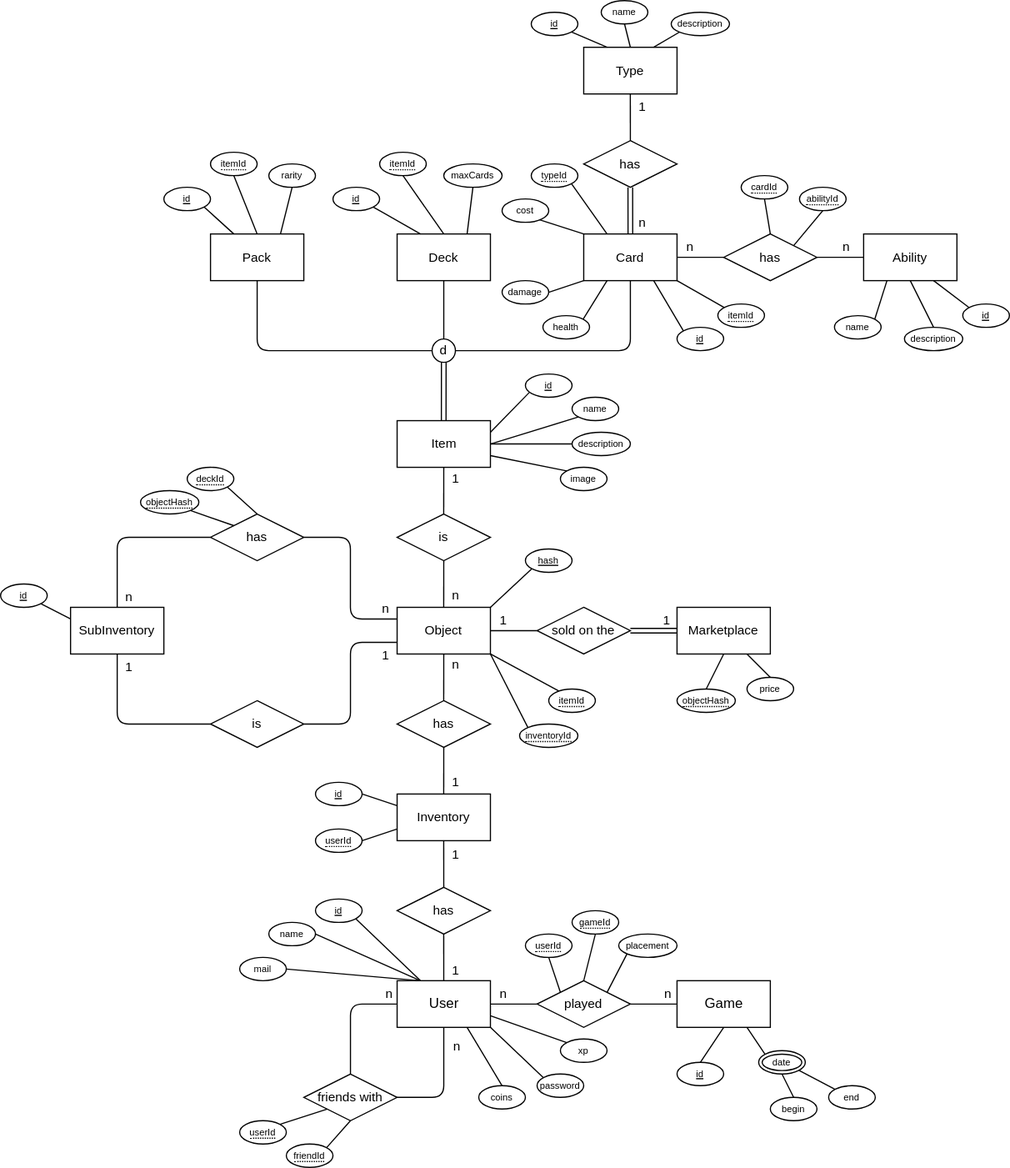
i3ene/decksterous keeps this draw.io diagram as diagrams/database/EER.drawio.svg. Above is the earlier version. Source tidied: cells renumbered, new cells last; positions are measured from the earlier drawing's top-left corner, leaving out a move shared by most shapes.
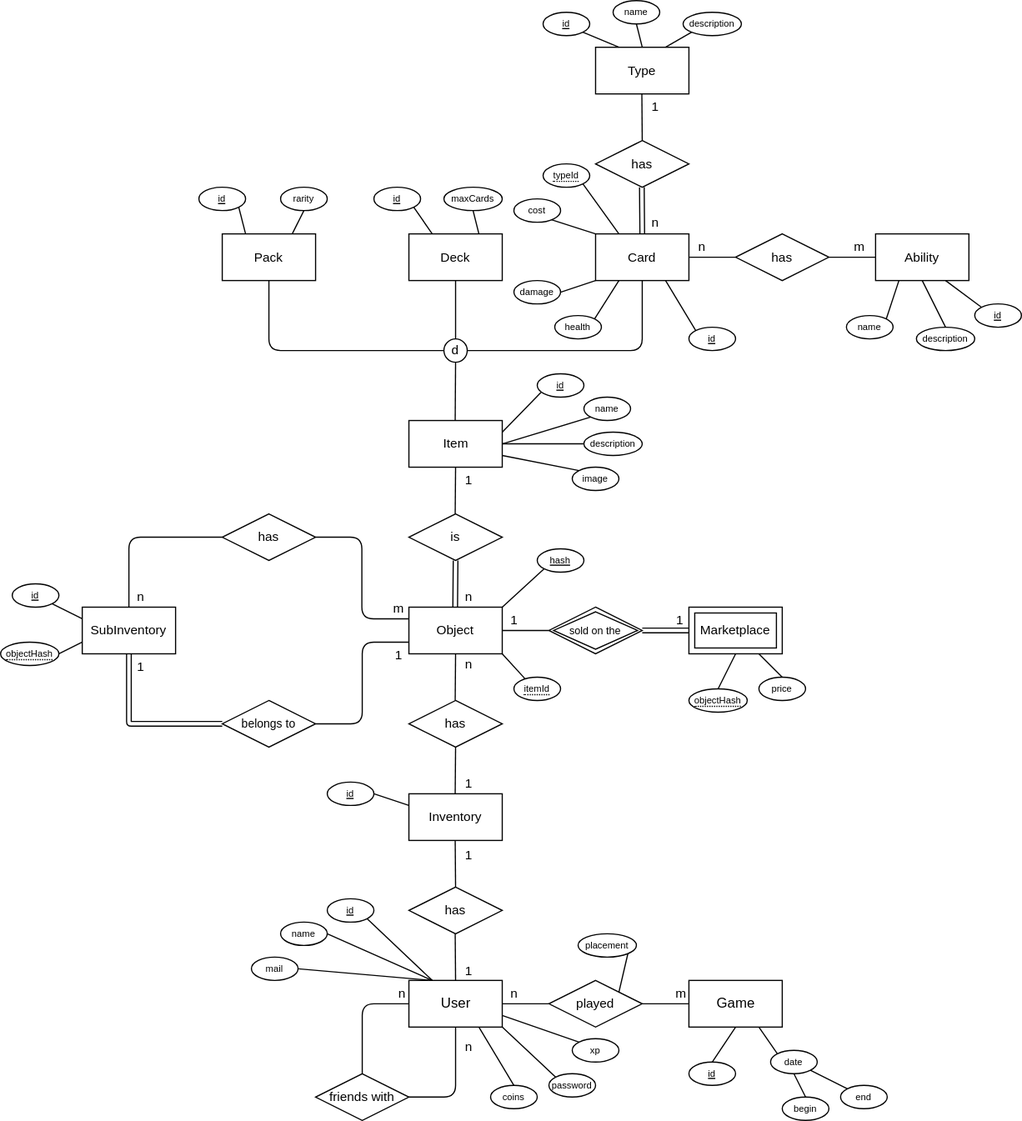
After the commit.

The edit, as a diff of the source:
```diff
@@ -66,3 +66,3 @@
     </mxCell>
-    <mxCell id="16" style="edgeStyle=elbowEdgeStyle;html=1;exitX=0.5;exitY=1;exitDx=0;exitDy=0;entryX=0.5;entryY=0;entryDx=0;entryDy=0;fontSize=11;endArrow=none;endFill=0;shape=link;" parent="1" edge="1" source="19" target="41">
+    <mxCell id="16" style="edgeStyle=elbowEdgeStyle;html=1;exitX=0.5;exitY=1;exitDx=0;exitDy=0;entryX=0.5;entryY=0;entryDx=0;entryDy=0;fontSize=11;endArrow=none;endFill=0;" parent="1" edge="1" source="19" target="41">
       <mxGeometry relative="1" as="geometry" />
@@ -101,3 +101,3 @@
     </mxCell>
-    <mxCell id="24" value="n" style="edgeLabel;html=1;align=center;verticalAlign=middle;fontSize=11;" parent="23" vertex="1">
+    <mxCell id="24" value="m" style="edgeLabel;html=1;align=center;verticalAlign=middle;fontSize=11;" parent="23" vertex="1">
       <mxGeometry x="0.24" y="1" relative="1" as="geometry">
@@ -164,5 +164,2 @@
     </mxCell>
-    <mxCell id="43" value="Marketplace" style="whiteSpace=wrap;html=1;align=center;fontSize=11;" parent="1" vertex="1">
-      <mxGeometry x="580" y="520" width="80" height="40" as="geometry" />
-    </mxCell>
     <mxCell id="44" value="Deck" style="whiteSpace=wrap;html=1;align=center;fontSize=11;" parent="1" vertex="1">
@@ -197,3 +194,3 @@
     </mxCell>
-    <mxCell id="54" value="n" style="edgeLabel;html=1;align=center;verticalAlign=middle;" parent="53" vertex="1">
+    <mxCell id="54" value="m" style="edgeLabel;html=1;align=center;verticalAlign=middle;" parent="53" vertex="1">
       <mxGeometry x="0.58" relative="1" as="geometry">
@@ -202,11 +199,5 @@
     </mxCell>
-    <mxCell id="55" style="html=1;exitX=1;exitY=0;exitDx=0;exitDy=0;endArrow=none;endFill=0;entryX=0;entryY=1;entryDx=0;entryDy=0;" parent="1" edge="1" source="58" target="59">
+    <mxCell id="55" style="html=1;exitX=1;exitY=0;exitDx=0;exitDy=0;endArrow=none;endFill=0;entryX=1;entryY=1;entryDx=0;entryDy=0;" parent="1" edge="1" source="58" target="59">
       <mxGeometry relative="1" as="geometry" />
     </mxCell>
-    <mxCell id="56" style="edgeStyle=none;html=1;exitX=0.5;exitY=0;exitDx=0;exitDy=0;entryX=0.5;entryY=1;entryDx=0;entryDy=0;fontSize=8;endArrow=none;endFill=0;" parent="1" edge="1" source="58" target="71">
-      <mxGeometry relative="1" as="geometry" />
-    </mxCell>
-    <mxCell id="57" style="edgeStyle=none;html=1;exitX=0;exitY=0;exitDx=0;exitDy=0;entryX=0.5;entryY=1;entryDx=0;entryDy=0;fontSize=8;endArrow=none;endFill=0;" parent="1" edge="1" source="58" target="72">
-      <mxGeometry relative="1" as="geometry" />
-    </mxCell>
     <mxCell id="58" value="played" style="shape=rhombus;perimeter=rhombusPerimeter;whiteSpace=wrap;html=1;align=center;fontSize=11;" parent="1" vertex="1">
@@ -215,3 +206,3 @@
     <mxCell id="59" value="placement" style="ellipse;whiteSpace=wrap;html=1;align=center;fontSize=8;" parent="1" vertex="1">
-      <mxGeometry x="530" y="800" width="50" height="20" as="geometry" />
+      <mxGeometry x="485" y="800" width="50" height="20" as="geometry" />
     </mxCell>
@@ -232,5 +223,2 @@
     </mxCell>
-    <mxCell id="65" value="date" style="ellipse;shape=doubleEllipse;margin=3;whiteSpace=wrap;html=1;align=center;fontSize=8;" parent="1" vertex="1">
-      <mxGeometry x="650" y="900" width="40" height="20" as="geometry" />
-    </mxCell>
     <mxCell id="66" value="name" style="ellipse;whiteSpace=wrap;html=1;align=center;fontSize=8;" parent="1" vertex="1">
@@ -250,8 +238,2 @@
     </mxCell>
-    <mxCell id="71" value="&lt;span style=&quot;border-bottom: 1px dotted&quot;&gt;gameId&lt;/span&gt;" style="ellipse;whiteSpace=wrap;html=1;align=center;fontSize=8;" parent="1" vertex="1">
-      <mxGeometry x="490" y="780" width="40" height="20" as="geometry" />
-    </mxCell>
-    <mxCell id="72" value="&lt;span style=&quot;border-bottom: 1px dotted&quot;&gt;userId&lt;/span&gt;" style="ellipse;whiteSpace=wrap;html=1;align=center;fontSize=8;" parent="1" vertex="1">
-      <mxGeometry x="450" y="800" width="40" height="20" as="geometry" />
-    </mxCell>
     <mxCell id="73" style="edgeStyle=none;html=1;exitX=1;exitY=0.5;exitDx=0;exitDy=0;entryX=0;entryY=0.25;entryDx=0;entryDy=0;fontSize=8;endArrow=none;endFill=0;" parent="1" edge="1" source="74" target="34">
@@ -262,8 +244,2 @@
     </mxCell>
-    <mxCell id="75" style="edgeStyle=none;html=1;exitX=1;exitY=0.5;exitDx=0;exitDy=0;entryX=0;entryY=0.75;entryDx=0;entryDy=0;fontSize=8;endArrow=none;endFill=0;" parent="1" edge="1" source="76" target="34">
-      <mxGeometry relative="1" as="geometry" />
-    </mxCell>
-    <mxCell id="76" value="&lt;span style=&quot;border-bottom: 1px dotted&quot;&gt;userId&lt;/span&gt;" style="ellipse;whiteSpace=wrap;html=1;align=center;fontSize=8;" parent="1" vertex="1">
-      <mxGeometry x="270" y="710" width="40" height="20" as="geometry" />
-    </mxCell>
     <mxCell id="77" style="edgeStyle=none;html=1;exitX=0.5;exitY=0;exitDx=0;exitDy=0;entryX=0.5;entryY=1;entryDx=0;entryDy=0;fontSize=8;endArrow=none;endFill=0;" parent="1" edge="1" source="78" target="43">
@@ -283,8 +259,2 @@
     </mxCell>
-    <mxCell id="82" style="edgeStyle=none;html=1;exitX=0;exitY=0;exitDx=0;exitDy=0;entryX=1;entryY=1;entryDx=0;entryDy=0;fontSize=8;endArrow=none;endFill=0;" parent="1" edge="1" source="83" target="124">
-      <mxGeometry relative="1" as="geometry" />
-    </mxCell>
-    <mxCell id="83" value="&lt;span style=&quot;border-bottom: 1px dotted&quot;&gt;inventoryId&lt;/span&gt;" style="ellipse;whiteSpace=wrap;html=1;align=center;fontSize=8;" parent="1" vertex="1">
-      <mxGeometry x="445" y="620" width="50" height="20" as="geometry" />
-    </mxCell>
     <mxCell id="84" style="edgeStyle=none;html=1;exitX=0.275;exitY=0.15;exitDx=0;exitDy=0;entryX=1;entryY=1;entryDx=0;entryDy=0;fontSize=8;endArrow=none;endFill=0;exitPerimeter=0;" parent="1" edge="1" source="85" target="124">
@@ -293,3 +263,3 @@
     <mxCell id="85" value="&lt;span style=&quot;border-bottom: 1px dotted&quot;&gt;itemId&lt;/span&gt;" style="ellipse;whiteSpace=wrap;html=1;align=center;fontSize=8;" parent="1" vertex="1">
-      <mxGeometry x="470" y="590" width="40" height="20" as="geometry" />
+      <mxGeometry x="430" y="580" width="40" height="20" as="geometry" />
     </mxCell>
@@ -307,8 +277,2 @@
     </mxCell>
-    <mxCell id="90" style="edgeStyle=none;html=1;exitX=0.5;exitY=1;exitDx=0;exitDy=0;entryX=0.5;entryY=0;entryDx=0;entryDy=0;fontSize=8;endArrow=none;endFill=0;" parent="1" edge="1" source="91" target="44">
-      <mxGeometry relative="1" as="geometry" />
-    </mxCell>
-    <mxCell id="91" value="&lt;span style=&quot;border-bottom: 1px dotted&quot;&gt;itemId&lt;/span&gt;" style="ellipse;whiteSpace=wrap;html=1;align=center;fontSize=8;" parent="1" vertex="1">
-      <mxGeometry x="325" y="130" width="40" height="20" as="geometry" />
-    </mxCell>
     <mxCell id="92" style="edgeStyle=none;html=1;exitX=1;exitY=1;exitDx=0;exitDy=0;entryX=0.25;entryY=0;entryDx=0;entryDy=0;fontSize=8;endArrow=none;endFill=0;" parent="1" edge="1" source="93" target="44">
@@ -317,3 +281,3 @@
     <mxCell id="93" value="id" style="ellipse;whiteSpace=wrap;html=1;align=center;fontSize=8;fontStyle=4;" parent="1" vertex="1">
-      <mxGeometry x="285" y="160" width="40" height="20" as="geometry" />
+      <mxGeometry x="310" y="160" width="40" height="20" as="geometry" />
     </mxCell>
@@ -325,8 +289,2 @@
     </mxCell>
-    <mxCell id="96" style="edgeStyle=none;html=1;exitX=0;exitY=0;exitDx=0;exitDy=0;entryX=1;entryY=1;entryDx=0;entryDy=0;fontSize=8;endArrow=none;endFill=0;" parent="1" edge="1" source="97" target="45">
-      <mxGeometry relative="1" as="geometry" />
-    </mxCell>
-    <mxCell id="97" value="&lt;span style=&quot;border-bottom: 1px dotted&quot;&gt;itemId&lt;/span&gt;" style="ellipse;whiteSpace=wrap;html=1;align=center;fontSize=8;" parent="1" vertex="1">
-      <mxGeometry x="615" y="260" width="40" height="20" as="geometry" />
-    </mxCell>
     <mxCell id="98" style="edgeStyle=none;html=1;exitX=1;exitY=0;exitDx=0;exitDy=0;entryX=0.25;entryY=1;entryDx=0;entryDy=0;fontSize=8;endArrow=none;endFill=0;" parent="1" edge="1" source="99" target="45">
@@ -387,14 +345,2 @@
     </mxCell>
-    <mxCell id="116" style="edgeStyle=none;html=1;exitX=0.5;exitY=1;exitDx=0;exitDy=0;entryX=0.5;entryY=0;entryDx=0;entryDy=0;fontSize=8;endArrow=none;endFill=0;" parent="1" edge="1" source="117" target="25">
-      <mxGeometry relative="1" as="geometry" />
-    </mxCell>
-    <mxCell id="117" value="&lt;span style=&quot;border-bottom: 1px dotted&quot;&gt;cardId&lt;/span&gt;" style="ellipse;whiteSpace=wrap;html=1;align=center;fontSize=8;" parent="1" vertex="1">
-      <mxGeometry x="635" y="150" width="40" height="20" as="geometry" />
-    </mxCell>
-    <mxCell id="118" style="edgeStyle=none;html=1;exitX=0.5;exitY=1;exitDx=0;exitDy=0;entryX=1;entryY=0;entryDx=0;entryDy=0;fontSize=8;endArrow=none;endFill=0;" parent="1" edge="1" source="119" target="25">
-      <mxGeometry relative="1" as="geometry" />
-    </mxCell>
-    <mxCell id="119" value="&lt;span style=&quot;border-bottom: 1px dotted&quot;&gt;abilityId&lt;/span&gt;" style="ellipse;whiteSpace=wrap;html=1;align=center;fontSize=8;" parent="1" vertex="1">
-      <mxGeometry x="685" y="160" width="40" height="20" as="geometry" />
-    </mxCell>
     <mxCell id="120" style="edgeStyle=elbowEdgeStyle;html=1;exitX=1;exitY=0.5;exitDx=0;exitDy=0;entryX=0;entryY=0.5;entryDx=0;entryDy=0;endArrow=none;endFill=0;" parent="1" edge="1" source="124" target="127">
@@ -426,6 +372,3 @@
     </mxCell>
-    <mxCell id="127" value="sold on the" style="shape=rhombus;perimeter=rhombusPerimeter;whiteSpace=wrap;html=1;align=center;fontSize=11;" parent="1" vertex="1">
-      <mxGeometry x="460" y="520" width="80" height="40" as="geometry" />
-    </mxCell>
-    <mxCell id="128" style="edgeStyle=elbowEdgeStyle;html=1;exitX=0.5;exitY=1;exitDx=0;exitDy=0;entryX=0.5;entryY=0;entryDx=0;entryDy=0;endArrow=none;endFill=0;" parent="1" edge="1" source="130" target="124">
+    <mxCell id="128" style="edgeStyle=elbowEdgeStyle;html=1;exitX=0.5;exitY=1;exitDx=0;exitDy=0;entryX=0.5;entryY=0;entryDx=0;entryDy=0;endArrow=none;endFill=0;shape=link;" parent="1" edge="1" source="130" target="124">
       <mxGeometry relative="1" as="geometry" />
@@ -460,34 +403,5 @@
     </mxCell>
-    <mxCell id="137" style="edgeStyle=none;html=1;exitX=1;exitY=1;exitDx=0;exitDy=0;entryX=0.5;entryY=0;entryDx=0;entryDy=0;endArrow=none;endFill=0;" parent="1" edge="1" source="138" target="134">
-      <mxGeometry relative="1" as="geometry" />
-    </mxCell>
-    <mxCell id="138" value="&lt;span style=&quot;border-bottom: 1px dotted&quot;&gt;deckId&lt;/span&gt;" style="ellipse;whiteSpace=wrap;html=1;align=center;fontSize=8;" parent="1" vertex="1">
-      <mxGeometry x="160" y="400" width="40" height="20" as="geometry" />
-    </mxCell>
-    <mxCell id="139" style="edgeStyle=none;html=1;exitX=1;exitY=1;exitDx=0;exitDy=0;entryX=0;entryY=0;entryDx=0;entryDy=0;endArrow=none;endFill=0;" parent="1" edge="1" source="140" target="134">
-      <mxGeometry relative="1" as="geometry" />
-    </mxCell>
-    <mxCell id="140" value="&lt;span style=&quot;border-bottom: 1px dotted&quot;&gt;objectHash&lt;/span&gt;" style="ellipse;whiteSpace=wrap;html=1;align=center;fontSize=8;" parent="1" vertex="1">
-      <mxGeometry x="120" y="420" width="50" height="20" as="geometry" />
-    </mxCell>
-    <mxCell id="141" style="edgeStyle=none;html=1;exitX=1;exitY=0;exitDx=0;exitDy=0;entryX=0;entryY=1;entryDx=0;entryDy=0;endArrow=none;endFill=0;" parent="1" edge="1" source="142" target="8">
-      <mxGeometry relative="1" as="geometry" />
-    </mxCell>
-    <mxCell id="142" value="&lt;span style=&quot;border-bottom: 1px dotted&quot;&gt;userId&lt;/span&gt;" style="ellipse;whiteSpace=wrap;html=1;align=center;fontSize=8;" parent="1" vertex="1">
-      <mxGeometry x="205" y="960" width="40" height="20" as="geometry" />
-    </mxCell>
-    <mxCell id="143" style="edgeStyle=none;html=1;exitX=1;exitY=0;exitDx=0;exitDy=0;entryX=0.5;entryY=1;entryDx=0;entryDy=0;endArrow=none;endFill=0;" parent="1" edge="1" source="144" target="8">
-      <mxGeometry relative="1" as="geometry" />
-    </mxCell>
-    <mxCell id="144" value="&lt;span style=&quot;border-bottom: 1px dotted&quot;&gt;friendId&lt;/span&gt;" style="ellipse;whiteSpace=wrap;html=1;align=center;fontSize=8;" parent="1" vertex="1">
-      <mxGeometry x="245" y="980" width="40" height="20" as="geometry" />
-    </mxCell>
-    <mxCell id="145" value="SubInventory" style="whiteSpace=wrap;html=1;align=center;fontSize=11;" parent="1" vertex="1">
-      <mxGeometry x="60" y="520" width="80" height="40" as="geometry" />
-    </mxCell>
-    <mxCell id="146" value="is" style="shape=rhombus;perimeter=rhombusPerimeter;whiteSpace=wrap;html=1;align=center;fontSize=11;" parent="1" vertex="1">
-      <mxGeometry x="180" y="600" width="80" height="40" as="geometry" />
-    </mxCell>
-    <mxCell id="147" style="edgeStyle=elbowEdgeStyle;html=1;entryX=0.5;entryY=1;entryDx=0;entryDy=0;endArrow=none;endFill=0;exitX=0;exitY=0.5;exitDx=0;exitDy=0;" parent="1" edge="1" source="146" target="145">
+    <mxCell id="147" style="edgeStyle=elbowEdgeStyle;html=1;entryX=0.5;entryY=1;entryDx=0;entryDy=0;endArrow=none;endFill=0;exitX=0;exitY=0.5;exitDx=0;exitDy=0;shape=link;" parent="1" edge="1" source="168">
       <mxGeometry relative="1" as="geometry">
+        <mxPoint x="100" y="560" as="targetPoint" />
         <Array as="points">
@@ -502,4 +416,5 @@
     </mxCell>
-    <mxCell id="149" style="edgeStyle=elbowEdgeStyle;html=1;entryX=0.5;entryY=0;entryDx=0;entryDy=0;endArrow=none;endFill=0;exitX=0;exitY=0.5;exitDx=0;exitDy=0;" parent="1" edge="1" source="134" target="145">
+    <mxCell id="149" style="edgeStyle=elbowEdgeStyle;html=1;entryX=0.5;entryY=0;entryDx=0;entryDy=0;endArrow=none;endFill=0;exitX=0;exitY=0.5;exitDx=0;exitDy=0;" parent="1" edge="1" source="134">
       <mxGeometry relative="1" as="geometry">
+        <mxPoint x="100" y="520" as="targetPoint" />
         <Array as="points">
@@ -514,3 +429,3 @@
     </mxCell>
-    <mxCell id="151" style="edgeStyle=elbowEdgeStyle;html=1;entryX=0;entryY=0.75;entryDx=0;entryDy=0;endArrow=none;endFill=0;exitX=1;exitY=0.5;exitDx=0;exitDy=0;" parent="1" edge="1" source="146" target="124">
+    <mxCell id="151" style="edgeStyle=elbowEdgeStyle;html=1;entryX=0;entryY=0.75;entryDx=0;entryDy=0;endArrow=none;endFill=0;exitX=1;exitY=0.5;exitDx=0;exitDy=0;" parent="1" edge="1" source="168" target="124">
       <mxGeometry relative="1" as="geometry">
@@ -530,3 +445,3 @@
     </mxCell>
-    <mxCell id="154" value="n" style="edgeLabel;html=1;align=center;verticalAlign=middle;" parent="153" vertex="1">
+    <mxCell id="154" value="m" style="edgeLabel;html=1;align=center;verticalAlign=middle;" parent="153" vertex="1">
       <mxGeometry x="-0.51" relative="1" as="geometry">
@@ -545,3 +460,3 @@
     <mxCell id="158" value="maxCards" style="ellipse;whiteSpace=wrap;html=1;align=center;fontSize=8;" parent="1" vertex="1">
-      <mxGeometry x="380" y="140" width="50" height="20" as="geometry" />
+      <mxGeometry x="370" y="160" width="50" height="20" as="geometry" />
     </mxCell>
@@ -557,8 +472,2 @@
     </mxCell>
-    <mxCell id="161" style="edgeStyle=none;html=1;exitX=0.5;exitY=1;exitDx=0;exitDy=0;entryX=0.5;entryY=0;entryDx=0;entryDy=0;endArrow=none;endFill=0;" parent="1" edge="1" source="162" target="159">
-      <mxGeometry relative="1" as="geometry" />
-    </mxCell>
-    <mxCell id="162" value="&lt;span style=&quot;border-bottom: 1px dotted&quot;&gt;itemId&lt;/span&gt;" style="ellipse;whiteSpace=wrap;html=1;align=center;fontSize=8;" parent="1" vertex="1">
-      <mxGeometry x="180" y="130" width="40" height="20" as="geometry" />
-    </mxCell>
     <mxCell id="163" style="edgeStyle=none;html=1;exitX=1;exitY=1;exitDx=0;exitDy=0;entryX=0.25;entryY=0;entryDx=0;entryDy=0;endArrow=none;endFill=0;" parent="1" edge="1" source="164" target="159">
@@ -567,3 +476,3 @@
     <mxCell id="164" value="id" style="ellipse;whiteSpace=wrap;html=1;align=center;fontSize=8;fontStyle=4;" parent="1" vertex="1">
-      <mxGeometry x="140" y="160" width="40" height="20" as="geometry" />
+      <mxGeometry x="160" y="160" width="40" height="20" as="geometry" />
     </mxCell>
@@ -573,4 +482,25 @@
     <mxCell id="166" value="rarity" style="ellipse;whiteSpace=wrap;html=1;align=center;fontSize=8;" parent="1" vertex="1">
-      <mxGeometry x="230" y="140" width="40" height="20" as="geometry" />
+      <mxGeometry x="230" y="160" width="40" height="20" as="geometry" />
     </mxCell>
+    <mxCell id="43" value="Marketplace" style="shape=ext;margin=3;double=1;whiteSpace=wrap;html=1;align=center;fontSize=11;" parent="1" vertex="1">
+      <mxGeometry x="580" y="520" width="80" height="40" as="geometry" />
+    </mxCell>
+    <mxCell id="127" value="&lt;font style=&quot;font-size: 9px;&quot;&gt;sold on the&lt;/font&gt;" style="shape=rhombus;double=1;perimeter=rhombusPerimeter;whiteSpace=wrap;html=1;align=center;" parent="1" vertex="1">
+      <mxGeometry x="460" y="520" width="80" height="40" as="geometry" />
+    </mxCell>
+    <mxCell id="167" style="edgeStyle=none;html=1;exitX=1;exitY=0.5;exitDx=0;exitDy=0;entryX=0;entryY=0.75;entryDx=0;entryDy=0;fontSize=10;endArrow=none;endFill=0;" parent="1" edge="1" source="140" target="145">
+      <mxGeometry relative="1" as="geometry" />
+    </mxCell>
+    <mxCell id="140" value="&lt;span style=&quot;border-bottom: 1px dotted&quot;&gt;objectHash&lt;/span&gt;" style="ellipse;whiteSpace=wrap;html=1;align=center;fontSize=8;" parent="1" vertex="1">
+      <mxGeometry x="-10" y="550" width="50" height="20" as="geometry" />
+    </mxCell>
+    <mxCell id="145" value="SubInventory" style="whiteSpace=wrap;html=1;align=center;fontSize=11;" parent="1" vertex="1">
+      <mxGeometry x="60" y="520" width="80" height="40" as="geometry" />
+    </mxCell>
+    <mxCell id="168" value="&lt;span style=&quot;font-size: 10px;&quot;&gt;belongs to&lt;/span&gt;" style="shape=rhombus;perimeter=rhombusPerimeter;whiteSpace=wrap;html=1;align=center;fontSize=11;" parent="1" vertex="1">
+      <mxGeometry x="180" y="600" width="80" height="40" as="geometry" />
+    </mxCell>
+    <mxCell id="65" value="date" style="ellipse;whiteSpace=wrap;html=1;align=center;fontSize=8;" parent="1" vertex="1">
+      <mxGeometry x="650" y="900" width="40" height="20" as="geometry" />
+    </mxCell>
   </root>
```
